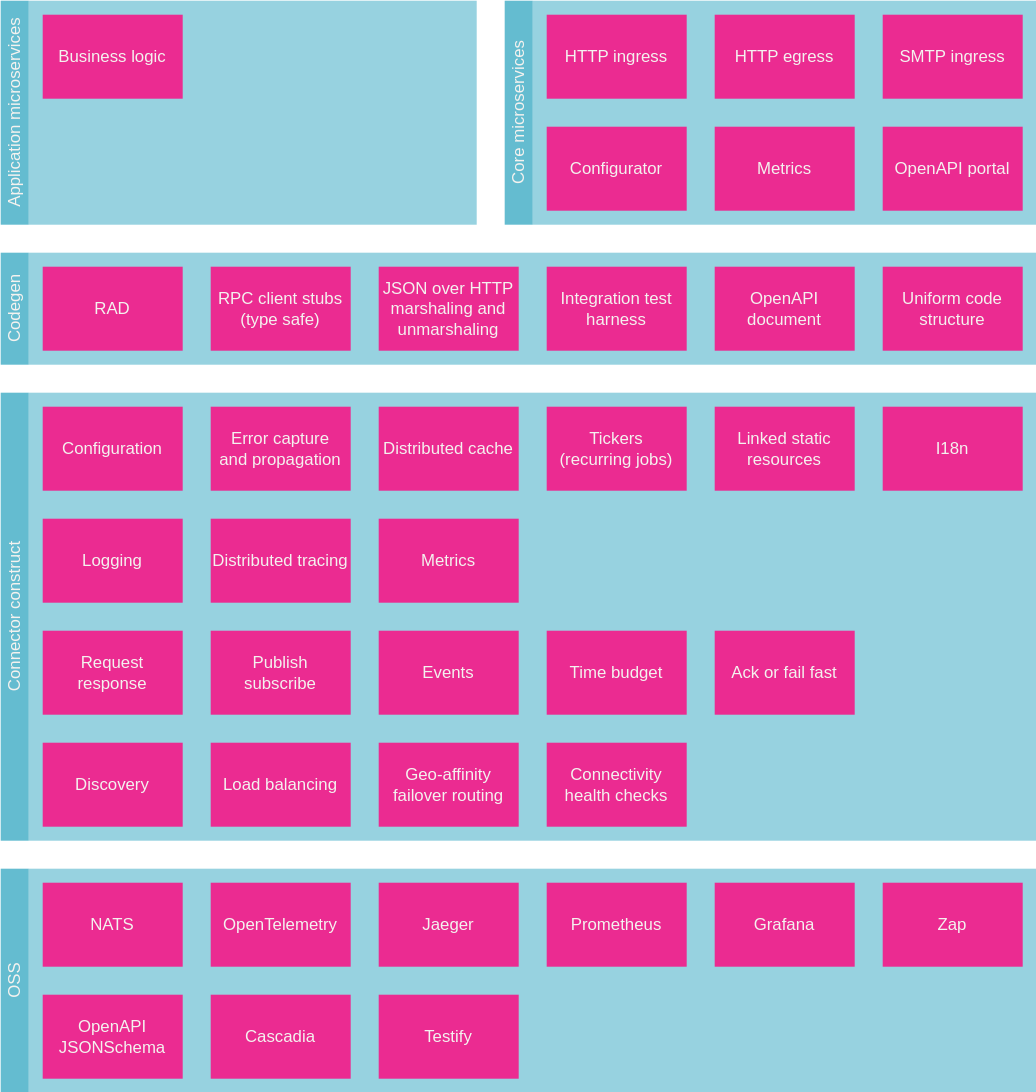
Earlier version of the draw.io export docs/blocks/layers-1.drawio.svg (microbus-io/fabric). Source tidied: cells renumbered, new cells last; positions are measured from the earlier drawing's top-left corner, leaving out a move shared by most shapes.
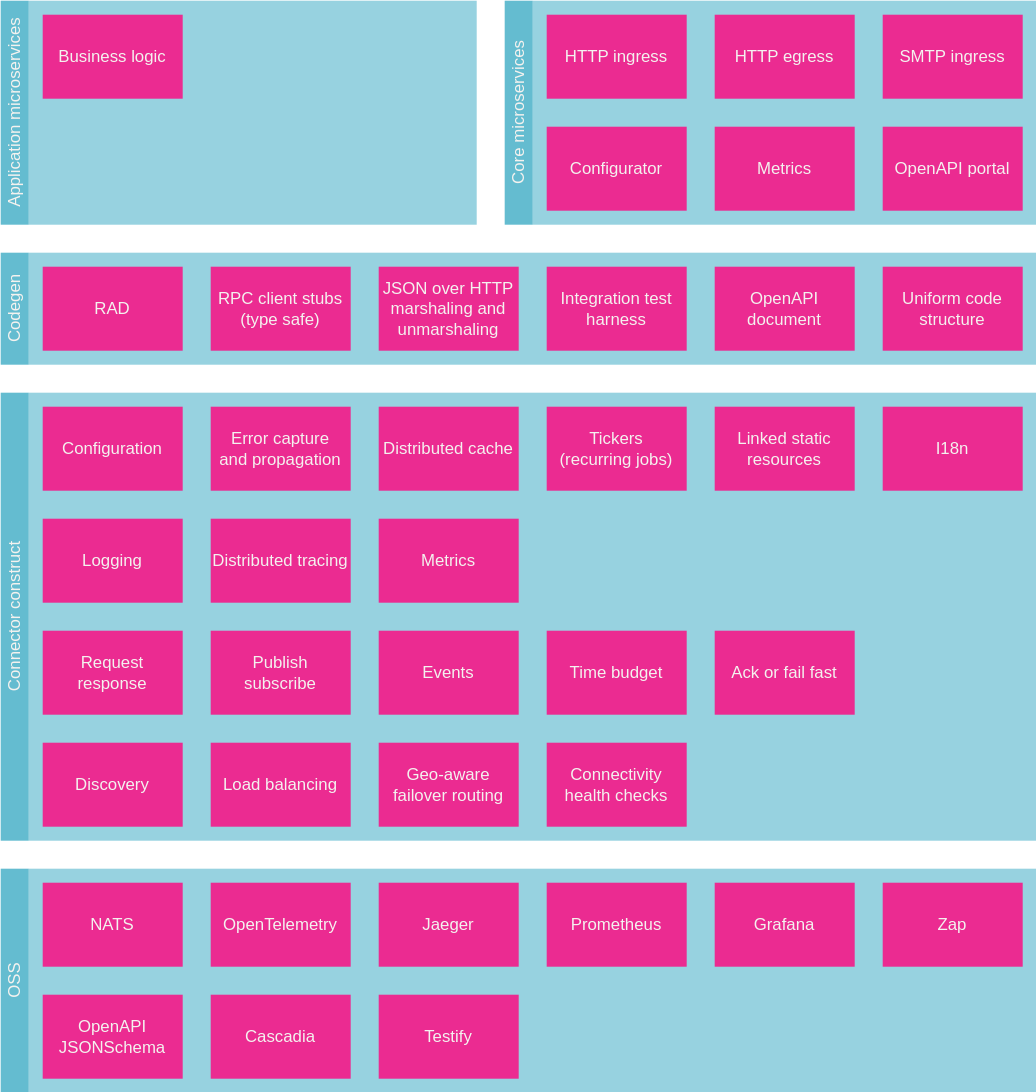
The same diagram one commit later.

What changed in the source:
```diff
@@ -101,7 +101,7 @@
     <mxCell id="34" value="Load balancing" style="rounded=0;whiteSpace=wrap;html=1;fillColor=#eb2b91;strokeColor=none;fontColor=#F4F2EF;align=center;verticalAlign=middle;fontFamily=Helvetica;fontSize=12;" parent="1" vertex="1">
       <mxGeometry x="150" y="530" width="100" height="60" as="geometry" />
     </mxCell>
-    <mxCell id="35" value="Geo-affinity failover routing" style="rounded=0;whiteSpace=wrap;html=1;fillColor=#eb2b91;strokeColor=none;fontColor=#F4F2EF;align=center;verticalAlign=middle;fontFamily=Helvetica;fontSize=12;" parent="1" vertex="1">
+    <mxCell id="35" value="Geo-aware failover routing" style="rounded=0;whiteSpace=wrap;html=1;fillColor=#eb2b91;strokeColor=none;fontColor=#F4F2EF;align=center;verticalAlign=middle;fontFamily=Helvetica;fontSize=12;" parent="1" vertex="1">
       <mxGeometry x="270" y="530" width="100" height="60" as="geometry" />
     </mxCell>
     <mxCell id="36" value="RAD" style="rounded=0;whiteSpace=wrap;html=1;fillColor=#eb2b91;strokeColor=none;fontColor=#F4F2EF;" parent="1" vertex="1">
```
